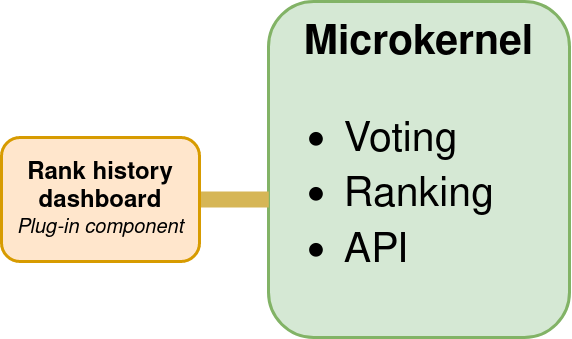
Earlier version of the draw.io export microkernel-architecture/diagram.png (carltheperson/same-app-different-design-patterns). Source tidied: cells renumbered, new cells last; positions are measured from the earlier drawing's top-left corner, leaving out a move shared by most shapes. Source of this version:
```xml
<mxGraphModel>
  <root>
    <mxCell id="0" />
    <mxCell id="1" parent="0" />
    <mxCell id="2" value="&lt;div&gt;&lt;font style=&quot;font-size: 41px&quot;&gt;&lt;b&gt;Microkernel&lt;/b&gt;&lt;/font&gt;&lt;/div&gt;&lt;div align=&quot;left&quot;&gt;&lt;ul style=&quot;font-size: 41px&quot;&gt;&lt;li&gt;&lt;font style=&quot;font-size: 41px&quot;&gt;Voting&lt;/font&gt;&lt;/li&gt;&lt;li&gt;&lt;font style=&quot;font-size: 41px&quot;&gt;Ranking&lt;/font&gt;&lt;/li&gt;&lt;li&gt;&lt;font style=&quot;font-size: 41px&quot;&gt;API&lt;br&gt;&lt;/font&gt;&lt;/li&gt;&lt;/ul&gt;&lt;/div&gt;" style="rounded=1;whiteSpace=wrap;html=1;fillColor=#d5e8d4;strokeColor=#82b366;strokeWidth=3;" parent="1" vertex="1">
      <mxGeometry x="267" width="301" height="336" as="geometry" />
    </mxCell>
    <mxCell id="3" style="rounded=0;jettySize=auto;html=1;strokeWidth=16;endArrow=none;endFill=0;fillColor=#fff2cc;strokeColor=#d6b656;entryX=0.001;entryY=0.589;entryDx=0;entryDy=0;entryPerimeter=0;" parent="1" edge="1" source="4" target="2">
      <mxGeometry relative="1" as="geometry" />
    </mxCell>
    <mxCell id="4" value="&lt;div style=&quot;font-size: 24px&quot;&gt;&lt;font style=&quot;font-size: 24px&quot;&gt;&lt;b&gt;&lt;font style=&quot;font-size: 24px&quot;&gt;Rank history dashboard&lt;br&gt;&lt;/font&gt;&lt;/b&gt;&lt;/font&gt;&lt;/div&gt;&lt;div&gt;&lt;font style=&quot;font-size: 20px&quot;&gt;&lt;i&gt;&lt;font style=&quot;font-size: 20px&quot;&gt;Plug-in component&lt;/font&gt;&lt;/i&gt;&lt;b&gt;&lt;font style=&quot;font-size: 20px&quot;&gt;&lt;br&gt;&lt;/font&gt;&lt;/b&gt;&lt;/font&gt;&lt;/div&gt;" style="rounded=1;whiteSpace=wrap;html=1;strokeColor=#d79b00;strokeWidth=3;fillColor=#ffe6cc;" parent="1" vertex="1">
      <mxGeometry y="136" width="198" height="124" as="geometry" />
    </mxCell>
  </root>
</mxGraphModel>
```
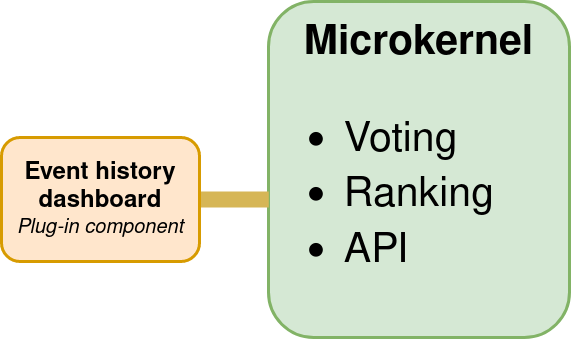
The same file after the commit.

Diff of the diagram source:
```diff
@@ -8,7 +8,7 @@
     <mxCell id="3" style="rounded=0;jettySize=auto;html=1;strokeWidth=16;endArrow=none;endFill=0;fillColor=#fff2cc;strokeColor=#d6b656;entryX=0.001;entryY=0.589;entryDx=0;entryDy=0;entryPerimeter=0;" parent="1" edge="1" source="4" target="2">
       <mxGeometry relative="1" as="geometry" />
     </mxCell>
-    <mxCell id="4" value="&lt;div style=&quot;font-size: 24px&quot;&gt;&lt;font style=&quot;font-size: 24px&quot;&gt;&lt;b&gt;&lt;font style=&quot;font-size: 24px&quot;&gt;Rank history dashboard&lt;br&gt;&lt;/font&gt;&lt;/b&gt;&lt;/font&gt;&lt;/div&gt;&lt;div&gt;&lt;font style=&quot;font-size: 20px&quot;&gt;&lt;i&gt;&lt;font style=&quot;font-size: 20px&quot;&gt;Plug-in component&lt;/font&gt;&lt;/i&gt;&lt;b&gt;&lt;font style=&quot;font-size: 20px&quot;&gt;&lt;br&gt;&lt;/font&gt;&lt;/b&gt;&lt;/font&gt;&lt;/div&gt;" style="rounded=1;whiteSpace=wrap;html=1;strokeColor=#d79b00;strokeWidth=3;fillColor=#ffe6cc;" parent="1" vertex="1">
+    <mxCell id="4" value="&lt;div style=&quot;font-size: 24px&quot;&gt;&lt;font style=&quot;font-size: 24px&quot;&gt;&lt;b&gt;&lt;font style=&quot;font-size: 24px&quot;&gt;Event history dashboard&lt;br&gt;&lt;/font&gt;&lt;/b&gt;&lt;/font&gt;&lt;/div&gt;&lt;div&gt;&lt;font style=&quot;font-size: 20px&quot;&gt;&lt;i&gt;&lt;font style=&quot;font-size: 20px&quot;&gt;Plug-in component&lt;/font&gt;&lt;/i&gt;&lt;b&gt;&lt;font style=&quot;font-size: 20px&quot;&gt;&lt;br&gt;&lt;/font&gt;&lt;/b&gt;&lt;/font&gt;&lt;/div&gt;" style="rounded=1;whiteSpace=wrap;html=1;strokeColor=#d79b00;strokeWidth=3;fillColor=#ffe6cc;" parent="1" vertex="1">
       <mxGeometry y="136" width="198" height="124" as="geometry" />
     </mxCell>
   </root>
```
